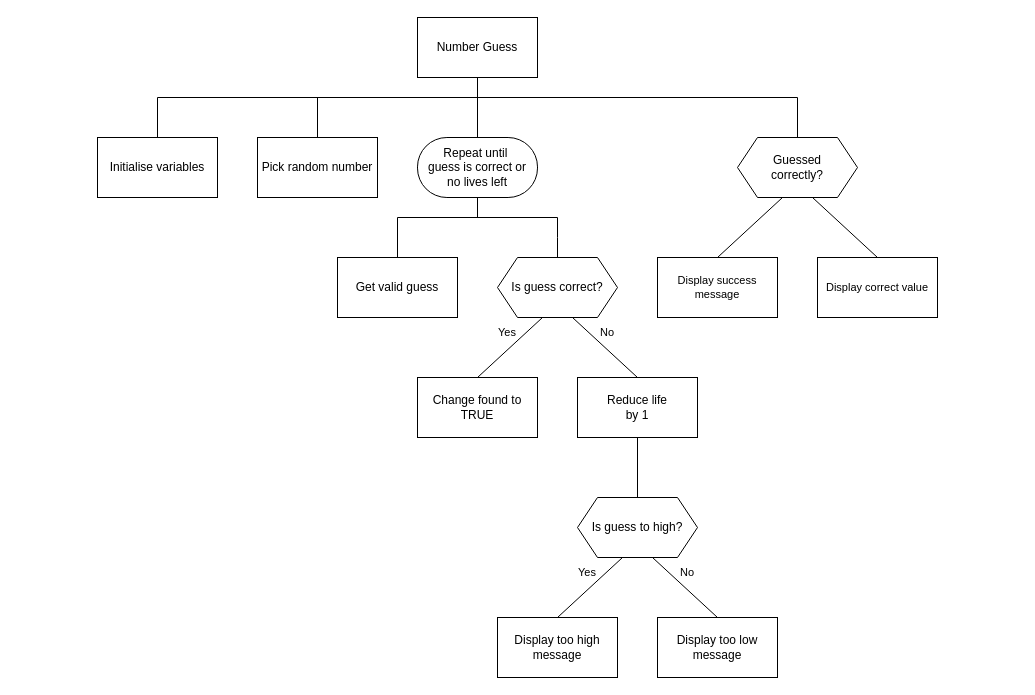
MrFriendCS/MrFriendCS.github.io keeps this draw.io diagram as page "sd5" (5 of 5) of n5-cs/sdd/N5-SDD-Chance/assets/N5 SDD Chance.drawio. Above is the earlier version. Source tidied: cells renumbered, new cells numbered last; positions are measured from the earlier drawing's top-left corner, leaving out a move shared by most shapes. Both pictures are drawn from the tidied source at 100%, with x=0, y=0 at pixel (97, 17).
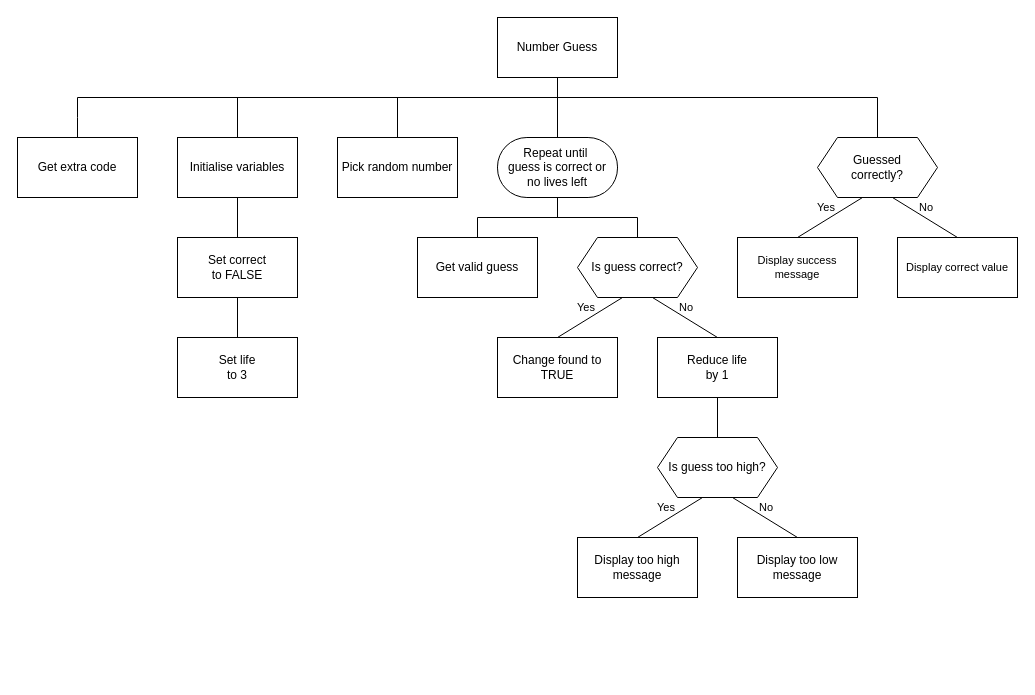
The same page after the edit.

What changed in the source:
```diff
@@
     <mxCell id="2" style="edgeStyle=none;shape=connector;rounded=0;jettySize=auto;html=1;exitX=0.5;exitY=1;exitDx=0;exitDy=0;strokeColor=default;align=center;verticalAlign=middle;fontFamily=Helvetica;fontSize=11;fontColor=default;labelBackgroundColor=default;endArrow=none;endFill=0;" parent="1" edge="1" source="3">
       <mxGeometry relative="1" as="geometry">
-        <mxPoint x="380" y="80" as="targetPoint" />
+        <mxPoint x="460" y="80" as="targetPoint" />
       </mxGeometry>
     </mxCell>
-    <mxCell id="3" value="Number Guess" style="rounded=0;whiteSpace=wrap;html=1;" parent="1" vertex="1">
-      <mxGeometry x="320" width="120" height="60" as="geometry" />
+    <mxCell id="3" value="Number Guess" style="rounded=0;whiteSpace=wrap;html=1;fillColor=none;" parent="1" vertex="1">
+      <mxGeometry x="400" width="120" height="60" as="geometry" />
     </mxCell>
     <mxCell id="4" style="edgeStyle=none;shape=connector;rounded=0;jettySize=auto;html=1;exitX=0.5;exitY=0;exitDx=0;exitDy=0;strokeColor=default;align=center;verticalAlign=middle;fontFamily=Helvetica;fontSize=11;fontColor=default;labelBackgroundColor=default;endArrow=none;endFill=0;" parent="1" edge="1" source="5">
       <mxGeometry relative="1" as="geometry">
-        <mxPoint x="60" y="80" as="targetPoint" />
+        <mxPoint x="140" y="80" as="targetPoint" />
       </mxGeometry>
     </mxCell>
+    <mxCell id="37" style="edgeStyle=orthogonalEdgeStyle;shape=connector;rounded=0;jettySize=auto;html=1;exitX=0.5;exitY=1;exitDx=0;exitDy=0;entryX=0.5;entryY=0;entryDx=0;entryDy=0;strokeColor=default;align=center;verticalAlign=middle;fontFamily=Helvetica;fontSize=11;fontColor=default;labelBackgroundColor=default;endArrow=none;endFill=0;" parent="1" edge="1" source="5" target="41">
+      <mxGeometry relative="1" as="geometry" />
+    </mxCell>
-    <mxCell id="5" value="Initialise variables" style="rounded=0;whiteSpace=wrap;html=1;" parent="1" vertex="1">
-      <mxGeometry y="120" width="120" height="60" as="geometry" />
+    <mxCell id="5" value="Initialise variables" style="rounded=0;whiteSpace=wrap;html=1;fillColor=none;" parent="1" vertex="1">
+      <mxGeometry x="80" y="120" width="120" height="60" as="geometry" />
     </mxCell>
     <mxCell id="6" style="edgeStyle=none;shape=connector;rounded=0;jettySize=auto;html=1;exitX=0.5;exitY=0;exitDx=0;exitDy=0;strokeColor=default;align=center;verticalAlign=middle;fontFamily=Helvetica;fontSize=11;fontColor=default;labelBackgroundColor=default;endArrow=none;endFill=0;" parent="1" edge="1" source="7">
       <mxGeometry relative="1" as="geometry">
-        <mxPoint x="220" y="80" as="targetPoint" />
+        <mxPoint x="300" y="80" as="targetPoint" />
       </mxGeometry>
     </mxCell>
-    <mxCell id="7" value="Pick random number" style="rounded=0;whiteSpace=wrap;html=1;" parent="1" vertex="1">
-      <mxGeometry x="160" y="120" width="120" height="60" as="geometry" />
+    <mxCell id="7" value="Pick random number" style="rounded=0;whiteSpace=wrap;html=1;fillColor=none;" parent="1" vertex="1">
+      <mxGeometry x="240" y="120" width="120" height="60" as="geometry" />
     </mxCell>
     <mxCell id="8" style="edgeStyle=none;shape=connector;rounded=0;jettySize=auto;html=1;exitX=0.5;exitY=0;exitDx=0;exitDy=0;strokeColor=default;align=center;verticalAlign=middle;fontFamily=Helvetica;fontSize=11;fontColor=default;labelBackgroundColor=default;endArrow=none;endFill=0;" parent="1" edge="1" source="10">
       <mxGeometry relative="1" as="geometry">
-        <mxPoint x="380" y="80" as="targetPoint" />
+        <mxPoint x="460" y="80" as="targetPoint" />
       </mxGeometry>
     </mxCell>
     <mxCell id="9" style="edgeStyle=none;shape=connector;rounded=0;jettySize=auto;html=1;exitX=0.5;exitY=1;exitDx=0;exitDy=0;strokeColor=default;align=center;verticalAlign=middle;fontFamily=Helvetica;fontSize=11;fontColor=default;labelBackgroundColor=default;endArrow=none;endFill=0;" parent="1" edge="1" source="10">
       <mxGeometry relative="1" as="geometry">
-        <mxPoint x="380" y="200" as="targetPoint" />
+        <mxPoint x="460" y="200" as="targetPoint" />
       </mxGeometry>
     </mxCell>
-    <mxCell id="10" value="Repeat until&amp;nbsp;&lt;div&gt;guess&lt;span style=&quot;background-color: initial;&quot;&gt;&amp;nbsp;is correct or&lt;/span&gt;&lt;/div&gt;&lt;div&gt;&lt;span style=&quot;background-color: initial;&quot;&gt;no&amp;nbsp;&lt;/span&gt;&lt;span style=&quot;background-color: initial;&quot;&gt;lives left&lt;/span&gt;&lt;/div&gt;" style="rounded=1;whiteSpace=wrap;html=1;arcSize=49;" parent="1" vertex="1">
-      <mxGeometry x="320" y="120" width="120" height="60" as="geometry" />
+    <mxCell id="10" value="Repeat until&amp;nbsp;&lt;div&gt;guess&lt;span style=&quot;background-color: initial;&quot;&gt;&amp;nbsp;is correct or&lt;/span&gt;&lt;/div&gt;&lt;div&gt;&lt;span style=&quot;background-color: initial;&quot;&gt;no&amp;nbsp;&lt;/span&gt;&lt;span style=&quot;background-color: initial;&quot;&gt;lives left&lt;/span&gt;&lt;/div&gt;" style="rounded=1;whiteSpace=wrap;html=1;arcSize=49;fillColor=none;" parent="1" vertex="1">
+      <mxGeometry x="400" y="120" width="120" height="60" as="geometry" />
     </mxCell>
     <mxCell id="11" style="edgeStyle=none;shape=connector;rounded=0;jettySize=auto;html=1;exitX=0.5;exitY=0;exitDx=0;exitDy=0;strokeColor=default;align=center;verticalAlign=middle;fontFamily=Helvetica;fontSize=11;fontColor=default;labelBackgroundColor=default;endArrow=none;endFill=0;" parent="1" edge="1" source="12">
       <mxGeometry relative="1" as="geometry">
-        <mxPoint x="300" y="200" as="targetPoint" />
+        <mxPoint x="380" y="200" as="targetPoint" />
       </mxGeometry>
     </mxCell>
-    <mxCell id="12" value="Get valid guess" style="rounded=0;whiteSpace=wrap;html=1;" parent="1" vertex="1">
-      <mxGeometry x="240" y="240" width="120" height="60" as="geometry" />
+    <mxCell id="12" value="Get valid guess" style="rounded=0;whiteSpace=wrap;html=1;fillColor=none;" parent="1" vertex="1">
+      <mxGeometry x="320" y="220" width="120" height="60" as="geometry" />
     </mxCell>
@@
     <mxCell id="15" style="edgeStyle=orthogonalEdgeStyle;rounded=0;jettySize=auto;html=1;exitX=0.5;exitY=0;exitDx=0;exitDy=0;endArrow=none;endFill=0;" parent="1" edge="1" source="16">
       <mxGeometry relative="1" as="geometry">
-        <mxPoint x="460" y="200" as="targetPoint" />
+        <mxPoint x="540" y="200" as="targetPoint" />
       </mxGeometry>
     </mxCell>
-    <mxCell id="16" value="Is guess correct?" style="shape=hexagon;perimeter=hexagonPerimeter2;whiteSpace=wrap;html=1;fixedSize=1;" parent="1" vertex="1">
-      <mxGeometry x="400" y="240" width="120" height="60" as="geometry" />
+    <mxCell id="16" value="Is guess correct?" style="shape=hexagon;perimeter=hexagonPerimeter2;whiteSpace=wrap;html=1;fixedSize=1;fillColor=none;" parent="1" vertex="1">
+      <mxGeometry x="480" y="220" width="120" height="60" as="geometry" />
     </mxCell>
@@
-    <mxCell id="18" value="Is guess to high?" style="shape=hexagon;perimeter=hexagonPerimeter2;whiteSpace=wrap;html=1;fixedSize=1;" parent="1" vertex="1">
-      <mxGeometry x="480" y="480" width="120" height="60" as="geometry" />
+    <mxCell id="18" value="Is guess too high?" style="shape=hexagon;perimeter=hexagonPerimeter2;whiteSpace=wrap;html=1;fixedSize=1;fillColor=none;" parent="1" vertex="1">
+      <mxGeometry x="560" y="420" width="120" height="60" as="geometry" />
     </mxCell>
@@
-    <mxCell id="20" value="Reduce life&lt;div&gt;by 1&lt;/div&gt;" style="rounded=0;whiteSpace=wrap;html=1;" parent="1" vertex="1">
-      <mxGeometry x="480" y="360" width="120" height="60" as="geometry" />
+    <mxCell id="20" value="Reduce life&lt;div&gt;by 1&lt;/div&gt;" style="rounded=0;whiteSpace=wrap;html=1;fillColor=none;" parent="1" vertex="1">
+      <mxGeometry x="560" y="320" width="120" height="60" as="geometry" />
     </mxCell>
-    <mxCell id="21" value="Change found to TRUE" style="rounded=0;whiteSpace=wrap;html=1;" parent="1" vertex="1">
-      <mxGeometry x="320" y="360" width="120" height="60" as="geometry" />
+    <mxCell id="21" value="Change found to TRUE" style="rounded=0;whiteSpace=wrap;html=1;fillColor=none;" parent="1" vertex="1">
+      <mxGeometry x="400" y="320" width="120" height="60" as="geometry" />
     </mxCell>
-    <mxCell id="22" value="Display too high message" style="rounded=0;whiteSpace=wrap;html=1;" parent="1" vertex="1">
-      <mxGeometry x="400" y="600" width="120" height="60" as="geometry" />
+    <mxCell id="22" value="Display too high message" style="rounded=0;whiteSpace=wrap;html=1;fillColor=none;" parent="1" vertex="1">
+      <mxGeometry x="480" y="520" width="120" height="60" as="geometry" />
     </mxCell>
@@
-    <mxCell id="24" value="Display too low message" style="rounded=0;whiteSpace=wrap;html=1;" parent="1" vertex="1">
-      <mxGeometry x="560" y="600" width="120" height="60" as="geometry" />
+    <mxCell id="24" value="Display too low message" style="rounded=0;whiteSpace=wrap;html=1;fillColor=none;" parent="1" vertex="1">
+      <mxGeometry x="640" y="520" width="120" height="60" as="geometry" />
     </mxCell>
     <mxCell id="25" style="edgeStyle=none;shape=connector;rounded=0;jettySize=auto;html=1;exitX=0.5;exitY=0;exitDx=0;exitDy=0;strokeColor=default;align=center;verticalAlign=middle;fontFamily=Helvetica;fontSize=11;fontColor=default;labelBackgroundColor=default;endArrow=none;endFill=0;" parent="1" edge="1" source="26">
       <mxGeometry relative="1" as="geometry">
-        <mxPoint x="700" y="80" as="targetPoint" />
+        <mxPoint x="780" y="80" as="targetPoint" />
       </mxGeometry>
     </mxCell>
-    <mxCell id="26" value="Guessed&lt;div&gt;correctly?&lt;/div&gt;" style="shape=hexagon;perimeter=hexagonPerimeter2;whiteSpace=wrap;html=1;fixedSize=1;" parent="1" vertex="1">
-      <mxGeometry x="640" y="120" width="120" height="60" as="geometry" />
+    <mxCell id="26" value="Guessed&lt;div&gt;correctly?&lt;/div&gt;" style="shape=hexagon;perimeter=hexagonPerimeter2;whiteSpace=wrap;html=1;fixedSize=1;fillColor=none;" parent="1" vertex="1">
+      <mxGeometry x="720" y="120" width="120" height="60" as="geometry" />
     </mxCell>
@@
-    <mxCell id="28" value="Display success message" style="rounded=0;whiteSpace=wrap;html=1;fontFamily=Helvetica;fontSize=11;fontColor=default;labelBackgroundColor=default;" parent="1" vertex="1">
-      <mxGeometry x="560" y="240" width="120" height="60" as="geometry" />
+    <mxCell id="28" value="Display success message" style="rounded=0;whiteSpace=wrap;html=1;fontFamily=Helvetica;fontSize=11;fontColor=default;labelBackgroundColor=default;fillColor=none;" parent="1" vertex="1">
+      <mxGeometry x="640" y="220" width="120" height="60" as="geometry" />
     </mxCell>
@@
-    <mxCell id="30" value="Display correct value" style="rounded=0;whiteSpace=wrap;html=1;fontFamily=Helvetica;fontSize=11;fontColor=default;labelBackgroundColor=default;" parent="1" vertex="1">
-      <mxGeometry x="720" y="240" width="120" height="60" as="geometry" />
+    <mxCell id="30" value="Display correct value" style="rounded=0;whiteSpace=wrap;html=1;fontFamily=Helvetica;fontSize=11;fontColor=default;labelBackgroundColor=default;fillColor=none;" parent="1" vertex="1">
+      <mxGeometry x="800" y="220" width="120" height="60" as="geometry" />
     </mxCell>
     <mxCell id="31" style="endArrow=none;html=1;rounded=0;strokeColor=default;align=center;verticalAlign=middle;fontFamily=Helvetica;fontSize=11;fontColor=default;labelBackgroundColor=default;" parent="1" edge="1">
       <mxGeometry relative="1" as="geometry">
-        <mxPoint x="60" y="80" as="sourcePoint" />
-        <mxPoint x="700" y="80" as="targetPoint" />
+        <mxPoint x="-20" y="80" as="sourcePoint" />
+        <mxPoint x="780" y="80" as="targetPoint" />
       </mxGeometry>
     </mxCell>
     <mxCell id="32" style="endArrow=none;html=1;rounded=0;strokeColor=default;align=center;verticalAlign=middle;fontFamily=Helvetica;fontSize=11;fontColor=default;labelBackgroundColor=default;" parent="1" edge="1">
       <mxGeometry relative="1" as="geometry">
-        <mxPoint x="300" y="200" as="sourcePoint" />
-        <mxPoint x="460" y="200" as="targetPoint" />
+        <mxPoint x="380" y="200" as="sourcePoint" />
+        <mxPoint x="540" y="200" as="targetPoint" />
       </mxGeometry>
     </mxCell>
-    <mxCell id="33" value="Yes" style="text;html=1;align=center;verticalAlign=middle;whiteSpace=wrap;rounded=0;fontFamily=Helvetica;fontSize=11;fontColor=default;labelBackgroundColor=default;" parent="1" vertex="1">
-      <mxGeometry x="380" y="300" width="60" height="30" as="geometry" />
+    <mxCell id="33" value="&lt;span&gt;Yes&lt;/span&gt;" style="text;html=1;align=right;verticalAlign=middle;whiteSpace=wrap;rounded=0;fontFamily=Helvetica;fontSize=11;fontColor=default;labelBackgroundColor=none;" parent="1" vertex="1">
+      <mxGeometry x="470" y="280" width="30" height="20" as="geometry" />
     </mxCell>
-    <mxCell id="34" value="Yes" style="text;html=1;align=center;verticalAlign=middle;whiteSpace=wrap;rounded=0;fontFamily=Helvetica;fontSize=11;fontColor=default;labelBackgroundColor=default;" parent="1" vertex="1">
-      <mxGeometry x="460" y="540" width="60" height="30" as="geometry" />
-    </mxCell>
-    <mxCell id="35" value="No" style="text;html=1;align=center;verticalAlign=middle;whiteSpace=wrap;rounded=0;fontFamily=Helvetica;fontSize=11;fontColor=default;labelBackgroundColor=default;" parent="1" vertex="1">
-      <mxGeometry x="480" y="300" width="60" height="30" as="geometry" />
+    <mxCell id="35" value="No" style="text;html=1;align=left;verticalAlign=middle;whiteSpace=wrap;rounded=0;fontFamily=Helvetica;fontSize=11;fontColor=default;labelBackgroundColor=none;" parent="1" vertex="1">
+      <mxGeometry x="580" y="280" width="30" height="20" as="geometry" />
     </mxCell>
-    <mxCell id="36" value="No" style="text;html=1;align=center;verticalAlign=middle;whiteSpace=wrap;rounded=0;fontFamily=Helvetica;fontSize=11;fontColor=default;labelBackgroundColor=default;" parent="1" vertex="1">
-      <mxGeometry x="560" y="540" width="60" height="30" as="geometry" />
-    </mxCell>
+    <mxCell id="38" style="edgeStyle=orthogonalEdgeStyle;rounded=0;jettySize=auto;html=1;exitX=0.5;exitY=0;exitDx=0;exitDy=0;endArrow=none;endFill=0;" parent="1" edge="1" source="39">
+      <mxGeometry relative="1" as="geometry">
+        <mxPoint x="-20" y="80" as="targetPoint" />
+      </mxGeometry>
+    </mxCell>
+    <mxCell id="39" value="Get extra code" style="rounded=0;whiteSpace=wrap;html=1;fillColor=none;" parent="1" vertex="1">
+      <mxGeometry x="-80" y="120" width="120" height="60" as="geometry" />
+    </mxCell>
+    <mxCell id="40" style="edgeStyle=orthogonalEdgeStyle;shape=connector;rounded=0;jettySize=auto;html=1;exitX=0.5;exitY=1;exitDx=0;exitDy=0;entryX=0.5;entryY=0;entryDx=0;entryDy=0;strokeColor=default;align=center;verticalAlign=middle;fontFamily=Helvetica;fontSize=11;fontColor=default;labelBackgroundColor=default;endArrow=none;endFill=0;" parent="1" edge="1" source="41" target="42">
+      <mxGeometry relative="1" as="geometry" />
+    </mxCell>
+    <mxCell id="41" value="Set correct&lt;div&gt;to FALSE&lt;/div&gt;" style="rounded=0;whiteSpace=wrap;html=1;fillColor=none;" parent="1" vertex="1">
+      <mxGeometry x="80" y="220" width="120" height="60" as="geometry" />
+    </mxCell>
+    <mxCell id="42" value="Set life&lt;div&gt;to 3&lt;/div&gt;" style="rounded=0;whiteSpace=wrap;html=1;fillColor=none;" parent="1" vertex="1">
+      <mxGeometry x="80" y="320" width="120" height="60" as="geometry" />
+    </mxCell>
+    <mxCell id="43" value="&lt;span&gt;Yes&lt;/span&gt;" style="text;html=1;align=right;verticalAlign=middle;whiteSpace=wrap;rounded=0;fontFamily=Helvetica;fontSize=11;fontColor=default;labelBackgroundColor=none;" parent="1" vertex="1">
+      <mxGeometry x="710" y="180" width="30" height="20" as="geometry" />
+    </mxCell>
+    <mxCell id="44" value="No" style="text;html=1;align=left;verticalAlign=middle;whiteSpace=wrap;rounded=0;fontFamily=Helvetica;fontSize=11;fontColor=default;labelBackgroundColor=none;" parent="1" vertex="1">
+      <mxGeometry x="820" y="180" width="30" height="20" as="geometry" />
+    </mxCell>
+    <mxCell id="45" value="&lt;span&gt;Yes&lt;/span&gt;" style="text;html=1;align=right;verticalAlign=middle;whiteSpace=wrap;rounded=0;fontFamily=Helvetica;fontSize=11;fontColor=default;labelBackgroundColor=none;" parent="1" vertex="1">
+      <mxGeometry x="550" y="480" width="30" height="20" as="geometry" />
+    </mxCell>
+    <mxCell id="46" value="No" style="text;html=1;align=left;verticalAlign=middle;whiteSpace=wrap;rounded=0;fontFamily=Helvetica;fontSize=11;fontColor=default;labelBackgroundColor=none;" parent="1" vertex="1">
+      <mxGeometry x="660" y="480" width="30" height="20" as="geometry" />
+    </mxCell>
```
